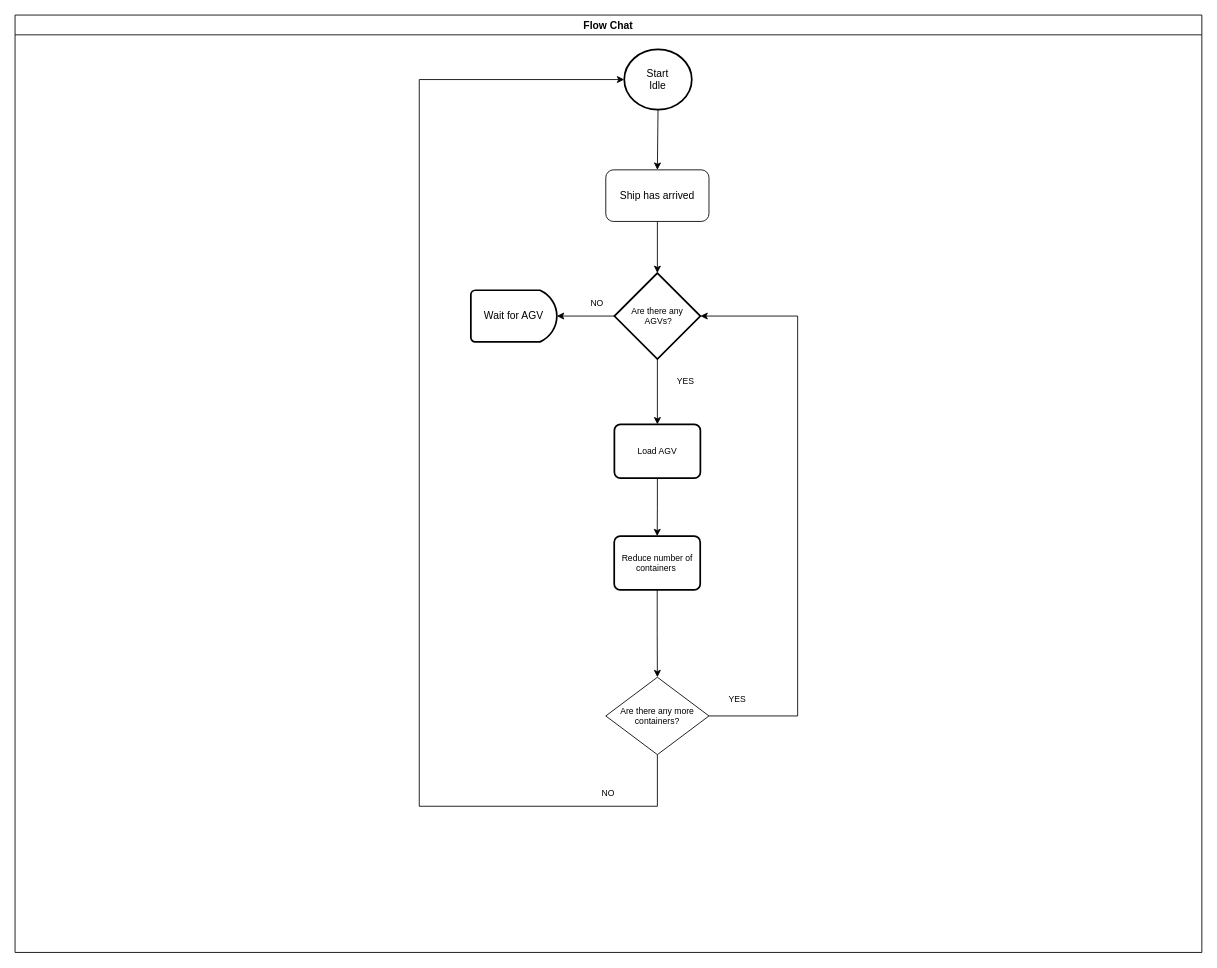
Ravenofshadow999/ACOPORT keeps this draw.io diagram as page "Modified Flow Chart" (3 of 4) of Crane Controller.drawio. Above is the earlier version. Source tidied: cells renumbered, new cells numbered last; positions are measured from the earlier drawing's top-left corner, leaving out a move shared by most shapes. Both pictures are drawn from the tidied source at 86%, with x=0, y=0 at pixel (15, 15).
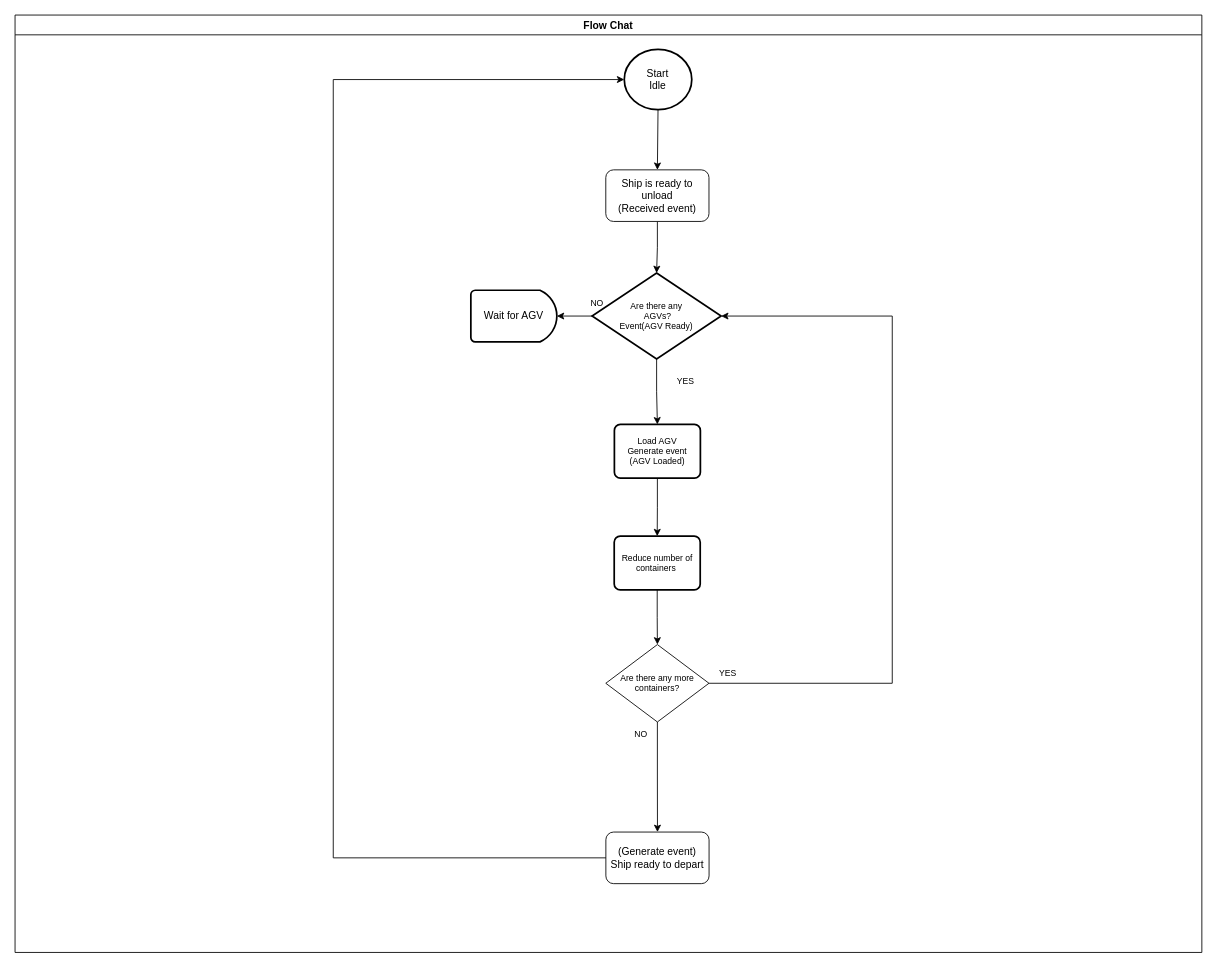
After the change.

The change refers to these unchanged cells:
```xml
<mxCell id="2" value="Flow Chat" style="swimlane;" parent="1" vertex="1">
  <mxGeometry width="1380" height="1090" as="geometry" />
</mxCell>
<mxCell id="3" value="Start&lt;br&gt;Idle" style="strokeWidth=2;html=1;shape=mxgraph.flowchart.start_2;whiteSpace=wrap;" parent="2" vertex="1">
  <mxGeometry x="708.4" y="40" width="78.5" height="70" as="geometry" />
</mxCell>
```

Diff of the diagram source:
```diff
@@
-    <mxCell id="4" value="Are there any&lt;br&gt;&amp;nbsp;AGVs?" style="strokeWidth=2;html=1;shape=mxgraph.flowchart.decision;whiteSpace=wrap;fontSize=10;" parent="2" vertex="1">
-      <mxGeometry x="696.9" y="300" width="100" height="100" as="geometry" />
+    <mxCell id="4" value="Are there any&lt;br&gt;&amp;nbsp;AGVs?&lt;br&gt;Event(AGV Ready)" style="strokeWidth=2;html=1;shape=mxgraph.flowchart.decision;whiteSpace=wrap;fontSize=10;" parent="2" vertex="1">
+      <mxGeometry x="671" y="300" width="150" height="100" as="geometry" />
     </mxCell>
@@
-    <mxCell id="8" style="edgeStyle=orthogonalEdgeStyle;rounded=0;jettySize=auto;html=1;entryX=0;entryY=0.5;entryDx=0;entryDy=0;entryPerimeter=0;" parent="2" edge="1" source="10" target="3">
-      <mxGeometry relative="1" as="geometry">
-        <Array as="points">
-          <mxPoint x="747" y="920" />
-          <mxPoint x="470" y="920" />
-          <mxPoint x="470" y="75" />
-        </Array>
-      </mxGeometry>
-    </mxCell>
+    <mxCell id="22" style="edgeStyle=orthogonalEdgeStyle;rounded=0;jettySize=auto;html=1;" parent="2" edge="1" source="10" target="23">
+      <mxGeometry relative="1" as="geometry" />
+    </mxCell>
-    <mxCell id="9" style="edgeStyle=orthogonalEdgeStyle;rounded=0;jettySize=auto;html=1;exitX=1;exitY=0.5;exitDx=0;exitDy=0;entryX=1;entryY=0.5;entryDx=0;entryDy=0;entryPerimeter=0;" parent="2" edge="1" source="10" target="4">
+    <mxCell id="9" style="edgeStyle=orthogonalEdgeStyle;rounded=0;jettySize=auto;html=1;entryX=1;entryY=0.5;entryDx=0;entryDy=0;entryPerimeter=0;" parent="2" edge="1" source="10" target="4">
       <mxGeometry relative="1" as="geometry">
         <Array as="points">
-          <mxPoint x="910" y="815" />
-          <mxPoint x="910" y="350" />
+          <mxPoint x="1020" y="777" />
+          <mxPoint x="1020" y="350" />
         </Array>
       </mxGeometry>
     </mxCell>
     <mxCell id="10" value="Are there any more containers?" style="rhombus;whiteSpace=wrap;html=1;fontSize=10;" parent="2" vertex="1">
-      <mxGeometry x="686.9" y="770" width="120" height="90" as="geometry" />
+      <mxGeometry x="686.9" y="732" width="120" height="90" as="geometry" />
     </mxCell>
@@
     <mxCell id="13" value="NO" style="text;html=1;strokeColor=none;fillColor=none;align=center;verticalAlign=middle;whiteSpace=wrap;rounded=0;fontSize=10;" parent="2" vertex="1">
-      <mxGeometry x="660" y="890" width="60" height="30" as="geometry" />
+      <mxGeometry x="698" y="821" width="60" height="30" as="geometry" />
     </mxCell>
-    <mxCell id="14" value="Load AGV" style="rounded=1;whiteSpace=wrap;html=1;absoluteArcSize=1;arcSize=14;strokeWidth=2;fontSize=10;" parent="2" vertex="1">
+    <mxCell id="14" value="Load AGV&lt;br&gt;Generate event&lt;br&gt;(AGV Loaded)" style="rounded=1;whiteSpace=wrap;html=1;absoluteArcSize=1;arcSize=14;strokeWidth=2;fontSize=10;" parent="2" vertex="1">
       <mxGeometry x="696.9" y="476" width="100" height="62.5" as="geometry" />
     </mxCell>
@@
     <mxCell id="16" value="YES" style="text;html=1;strokeColor=none;fillColor=none;align=center;verticalAlign=middle;whiteSpace=wrap;rounded=0;fontSize=10;" parent="2" vertex="1">
-      <mxGeometry x="810" y="780" width="60" height="30" as="geometry" />
+      <mxGeometry x="799" y="750" width="60" height="30" as="geometry" />
     </mxCell>
@@
-    <mxCell id="20" value="Ship has arrived" style="rounded=1;whiteSpace=wrap;html=1;" parent="2" vertex="1">
+    <mxCell id="20" value="Ship is ready to unload&lt;br&gt;(Received event)" style="rounded=1;whiteSpace=wrap;html=1;" parent="2" vertex="1">
       <mxGeometry x="686.9" y="180" width="120" height="60" as="geometry" />
     </mxCell>
@@
+    <mxCell id="23" value="(Generate event)&lt;br&gt;Ship ready to depart" style="rounded=1;whiteSpace=wrap;html=1;" parent="2" vertex="1">
+      <mxGeometry x="687" y="950" width="120" height="60" as="geometry" />
+    </mxCell>
+    <mxCell id="24" style="edgeStyle=orthogonalEdgeStyle;rounded=0;jettySize=auto;html=1;entryX=0;entryY=0.5;entryDx=0;entryDy=0;entryPerimeter=0;" parent="2" edge="1" source="23" target="3">
+      <mxGeometry relative="1" as="geometry">
+        <Array as="points">
+          <mxPoint x="370" y="980" />
+          <mxPoint x="370" y="75" />
+        </Array>
+      </mxGeometry>
+    </mxCell>
```
